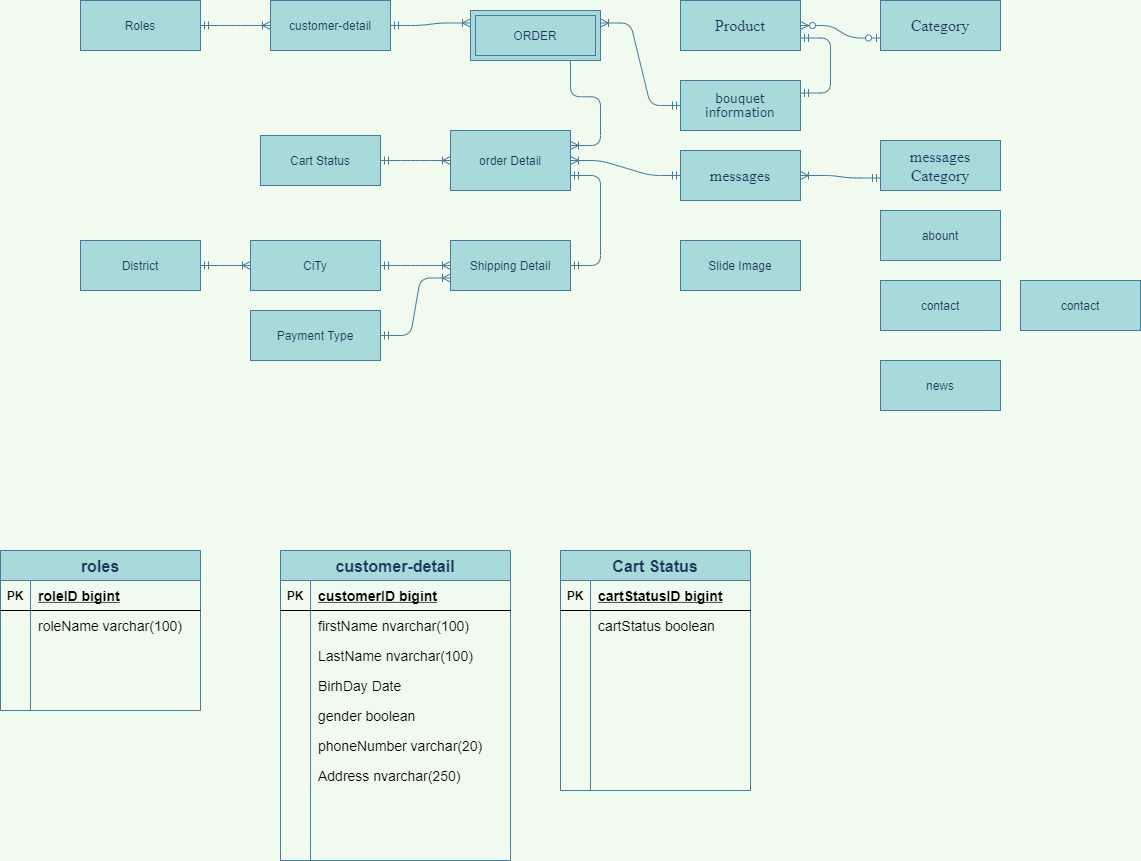
This is Untitled Diagram.png from maialino123/Eproject-SEM3, a draw.io export, as it was before one commit. Source tidied: cells renumbered, new cells last; positions are measured from the earlier drawing's top-left corner, leaving out a move shared by most shapes.
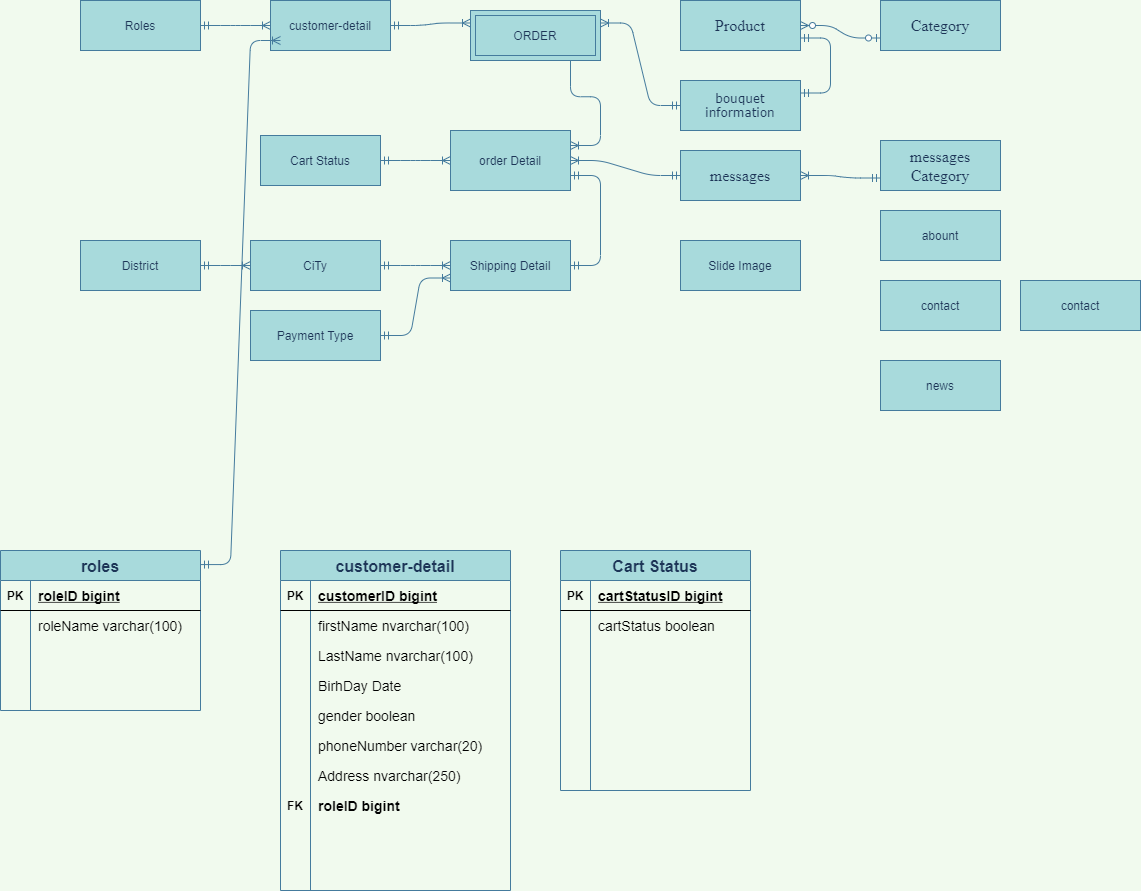
Later version of the same file.

The edit, as a diff of the source:
```diff
@@ -138,7 +138,7 @@
       <mxGeometry x="30" width="170" height="30" as="geometry" />
     </mxCell>
     <mxCell id="47" value="customer-detail" style="shape=table;startSize=30;rowLines=0;fontStyle=1;align=center;rounded=0;sketch=0;fontColor=#1D3557;strokeColor=#457B9D;fillColor=#A8DADC;fontSize=16;" parent="1" vertex="1">
-      <mxGeometry x="280" y="550" width="230" height="310" as="geometry" />
+      <mxGeometry x="280" y="550" width="230" height="340" as="geometry" />
     </mxCell>
     <mxCell id="48" style="shape=partialRectangle;fillColor=none;top=0;left=0;bottom=1;right=0;" parent="47" vertex="1">
       <mxGeometry y="30" width="230" height="30" as="geometry" />
@@ -203,6 +203,15 @@
     <mxCell id="68" value="Address nvarchar(250)" style="shape=partialRectangle;fillColor=none;top=0;left=0;bottom=0;right=0;align=left;spacingLeft=6;overflow=hidden;fontSize=14;" parent="66" vertex="1">
       <mxGeometry x="30" width="200" height="30" as="geometry" />
     </mxCell>
+    <mxCell id="91" style="shape=partialRectangle;fillColor=none;top=0;left=0;bottom=0;right=0;" parent="47" vertex="1">
+      <mxGeometry y="240" width="230" height="30" as="geometry" />
+    </mxCell>
+    <mxCell id="92" value="FK" style="shape=partialRectangle;fillColor=none;top=0;left=0;bottom=0;right=0;overflow=hidden;fontStyle=1;" parent="91" vertex="1">
+      <mxGeometry width="30" height="30" as="geometry" />
+    </mxCell>
+    <mxCell id="93" value="roleID bigint" style="shape=partialRectangle;fillColor=none;top=0;left=0;bottom=0;right=0;align=left;spacingLeft=6;overflow=hidden;fontSize=14;fontStyle=1;" parent="91" vertex="1">
+      <mxGeometry x="30" width="200" height="30" as="geometry" />
+    </mxCell>
     <mxCell id="69" value="Cart Status" style="shape=table;startSize=30;rowLines=0;fontStyle=1;align=center;rounded=0;sketch=0;fontColor=#1D3557;strokeColor=#457B9D;fillColor=#A8DADC;fontSize=16;" parent="1" vertex="1">
       <mxGeometry x="560" y="550" width="190" height="240" as="geometry" />
     </mxCell>
@@ -269,5 +278,10 @@
     <mxCell id="90" style="shape=partialRectangle;fillColor=none;top=0;left=0;bottom=0;right=0;align=left;spacingLeft=6;overflow=hidden;" parent="88" vertex="1">
       <mxGeometry x="30" width="160" height="30" as="geometry" />
     </mxCell>
+    <mxCell id="94" style="edgeStyle=entityRelationEdgeStyle;fontSize=12;html=1;endArrow=ERoneToMany;startArrow=ERmandOne;fontColor=#1D3557;strokeColor=#457B9D;fillColor=#A8DADC;labelBackgroundColor=#F1FAEE;exitX=1;exitY=0.088;exitDx=0;exitDy=0;exitPerimeter=0;" parent="1" edge="1" source="34">
+      <mxGeometry relative="1" as="geometry">
+        <mxPoint x="280" y="40" as="targetPoint" />
+      </mxGeometry>
+    </mxCell>
   </root>
 </mxGraphModel>
```
